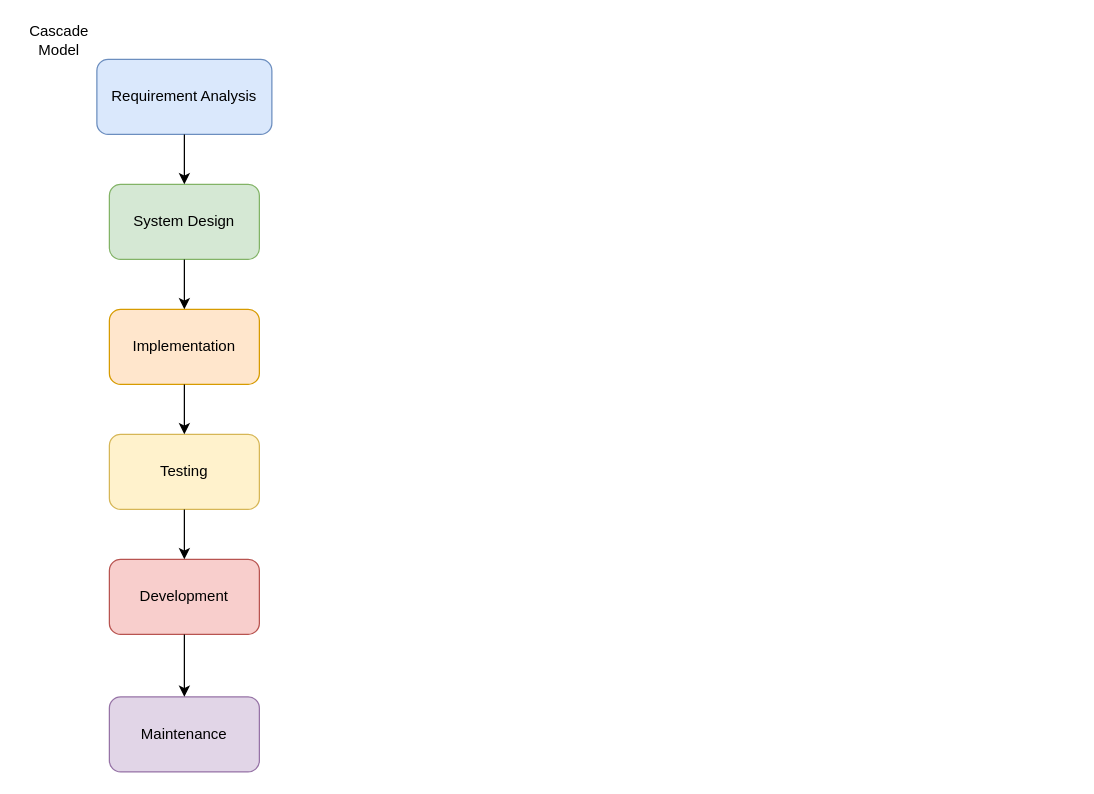
Earlier version of the draw.io diagram act1.drawio (rachel0705/rachel0705). Source tidied: cells renumbered, new cells numbered last; positions are measured from the earlier drawing's top-left corner, leaving out a move shared by most shapes. Both pictures are drawn from the tidied source at 125%, with x=0, y=0 at pixel (21, 21).
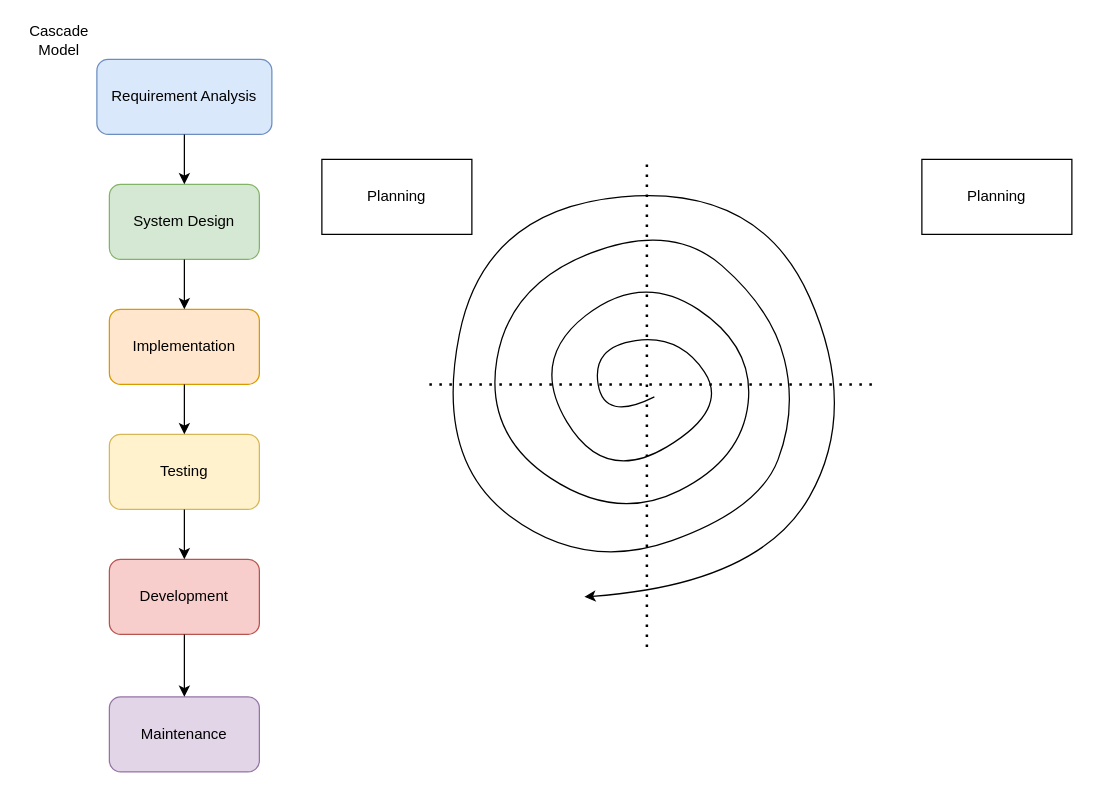
The same diagram, later.

Diff of the diagram source:
```diff
@@
+    <mxCell id="14" style="curved=1;endArrow=classic;html=1;rounded=0;" parent="1" edge="1">
+      <mxGeometry relative="1" as="geometry">
+        <mxPoint x="506" y="300" as="sourcePoint" />
+        <mxPoint x="450" y="460" as="targetPoint" />
+        <Array as="points">
+          <mxPoint x="466" y="320" />
+          <mxPoint x="456" y="260" />
+          <mxPoint x="526" y="250" />
+          <mxPoint x="566" y="310" />
+          <mxPoint x="466" y="370" />
+          <mxPoint x="406" y="270" />
+          <mxPoint x="496" y="200" />
+          <mxPoint x="586" y="260" />
+          <mxPoint x="576" y="350" />
+          <mxPoint x="476" y="400" />
+          <mxPoint x="370" y="330" />
+          <mxPoint x="390" y="210" />
+          <mxPoint x="520" y="160" />
+          <mxPoint x="600" y="230" />
+          <mxPoint x="620" y="310" />
+          <mxPoint x="590" y="390" />
+          <mxPoint x="450" y="440" />
+          <mxPoint x="330" y="350" />
+          <mxPoint x="370" y="150" />
+          <mxPoint x="590" y="130" />
+          <mxPoint x="670" y="310" />
+          <mxPoint x="590" y="450" />
+        </Array>
+      </mxGeometry>
+    </mxCell>
+    <mxCell id="15" style="endArrow=none;dashed=1;html=1;dashPattern=1 3;strokeWidth=2;rounded=0;" parent="1" edge="1">
+      <mxGeometry relative="1" as="geometry">
+        <mxPoint x="500" y="500" as="sourcePoint" />
+        <mxPoint x="500" y="110" as="targetPoint" />
+      </mxGeometry>
+    </mxCell>
+    <mxCell id="16" style="endArrow=none;dashed=1;html=1;dashPattern=1 3;strokeWidth=2;rounded=0;" parent="1" edge="1">
+      <mxGeometry relative="1" as="geometry">
+        <mxPoint x="680" y="290" as="sourcePoint" />
+        <mxPoint x="320" y="290" as="targetPoint" />
+      </mxGeometry>
+    </mxCell>
+    <mxCell id="17" value="Planning" style="rounded=0;whiteSpace=wrap;html=1;" parent="1" vertex="1">
+      <mxGeometry x="240" y="110" width="120" height="60" as="geometry" />
+    </mxCell>
+    <mxCell id="18" value="Planning" style="rounded=0;whiteSpace=wrap;html=1;" parent="1" vertex="1">
+      <mxGeometry x="720" y="110" width="120" height="60" as="geometry" />
+    </mxCell>
```
